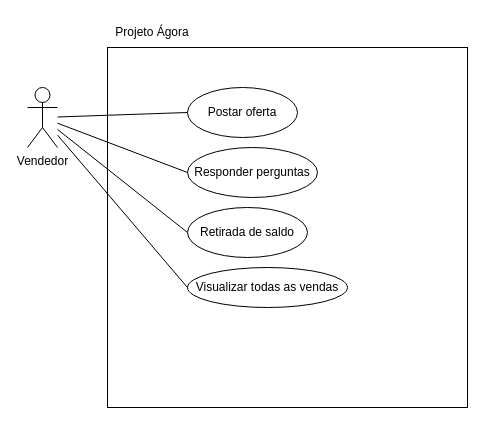
The draw.io diagram page "VendedorUseCase" (2 of 3) of Diagrams/UseCases.drawio in luca-moraes/projetoEngenhariaSoftware, before the edit. Source tidied: cells renumbered, new cells numbered last; positions are measured from the earlier drawing's top-left corner, leaving out a move shared by most shapes. Both pictures are drawn from the tidied source at 100%, with x=0, y=0 at pixel (27, 17).
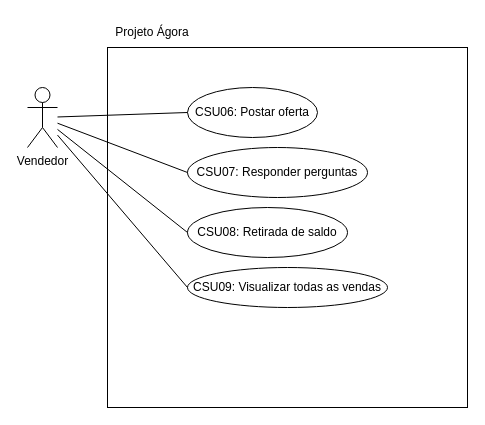
Above is the later version.

Change to the diagram source:
```diff
@@
 <mxGraphModel>
   <root>
     <mxCell id="0" />
     <mxCell id="1" parent="0" />
     <mxCell id="2" value="Vendedor" style="shape=umlActor;verticalLabelPosition=bottom;verticalAlign=top;html=1;outlineConnect=0;" parent="1" vertex="1">
       <mxGeometry y="70" width="30" height="60" as="geometry" />
     </mxCell>
     <mxCell id="3" style="whiteSpace=wrap;html=1;fillColor=none;" parent="1" vertex="1">
       <mxGeometry x="80" y="30" width="360" height="360" as="geometry" />
     </mxCell>
-    <mxCell id="4" value="Postar oferta" style="ellipse;whiteSpace=wrap;html=1;fillColor=none;" parent="1" vertex="1">
-      <mxGeometry x="160" y="70" width="110" height="50" as="geometry" />
+    <mxCell id="4" value="CSU06: Postar oferta" style="ellipse;whiteSpace=wrap;html=1;fillColor=none;" parent="1" vertex="1">
+      <mxGeometry x="160" y="70" width="130" height="50" as="geometry" />
     </mxCell>
     <mxCell id="5" style="endArrow=none;html=1;rounded=0;entryX=0;entryY=0.5;entryDx=0;entryDy=0;" parent="1" edge="1" source="2" target="4">
       <mxGeometry relative="1" as="geometry" />
     </mxCell>
-    <mxCell id="6" value="Responder perguntas" style="ellipse;whiteSpace=wrap;html=1;fillColor=none;" parent="1" vertex="1">
-      <mxGeometry x="160" y="130" width="130" height="50" as="geometry" />
+    <mxCell id="6" value="CSU07: Responder perguntas" style="ellipse;whiteSpace=wrap;html=1;fillColor=none;" parent="1" vertex="1">
+      <mxGeometry x="160" y="130" width="180" height="50" as="geometry" />
     </mxCell>
     <mxCell id="7" style="endArrow=none;html=1;rounded=0;exitX=0;exitY=0.5;exitDx=0;exitDy=0;" parent="1" edge="1" source="6" target="2">
       <mxGeometry relative="1" as="geometry" />
     </mxCell>
-    <mxCell id="8" value="Retirada de saldo" style="ellipse;whiteSpace=wrap;html=1;fillColor=none;" parent="1" vertex="1">
-      <mxGeometry x="160" y="190" width="120" height="50" as="geometry" />
+    <mxCell id="8" value="CSU08: Retirada de saldo" style="ellipse;whiteSpace=wrap;html=1;fillColor=none;" parent="1" vertex="1">
+      <mxGeometry x="160" y="190" width="160" height="50" as="geometry" />
     </mxCell>
     <mxCell id="9" style="endArrow=none;html=1;rounded=0;entryX=0;entryY=0.5;entryDx=0;entryDy=0;" parent="1" edge="1" source="2" target="8">
       <mxGeometry relative="1" as="geometry" />
     </mxCell>
     <mxCell id="10" value="Projeto Ágora" style="text;html=1;strokeColor=none;fillColor=none;align=center;verticalAlign=middle;whiteSpace=wrap;rounded=0;" parent="1" vertex="1">
       <mxGeometry x="80" width="90" height="30" as="geometry" />
     </mxCell>
-    <mxCell id="11" value="Visualizar todas as vendas" style="ellipse;whiteSpace=wrap;html=1;fillColor=none;" parent="1" vertex="1">
-      <mxGeometry x="160" y="250" width="160" height="40" as="geometry" />
+    <mxCell id="11" value="CSU09: Visualizar todas as vendas" style="ellipse;whiteSpace=wrap;html=1;fillColor=none;" parent="1" vertex="1">
+      <mxGeometry x="160" y="250" width="200" height="40" as="geometry" />
     </mxCell>
     <mxCell id="12" style="endArrow=none;html=1;rounded=0;exitX=0;exitY=0.5;exitDx=0;exitDy=0;" parent="1" edge="1" source="11" target="2">
       <mxGeometry relative="1" as="geometry" />
     </mxCell>
   </root>
 </mxGraphModel>
```
